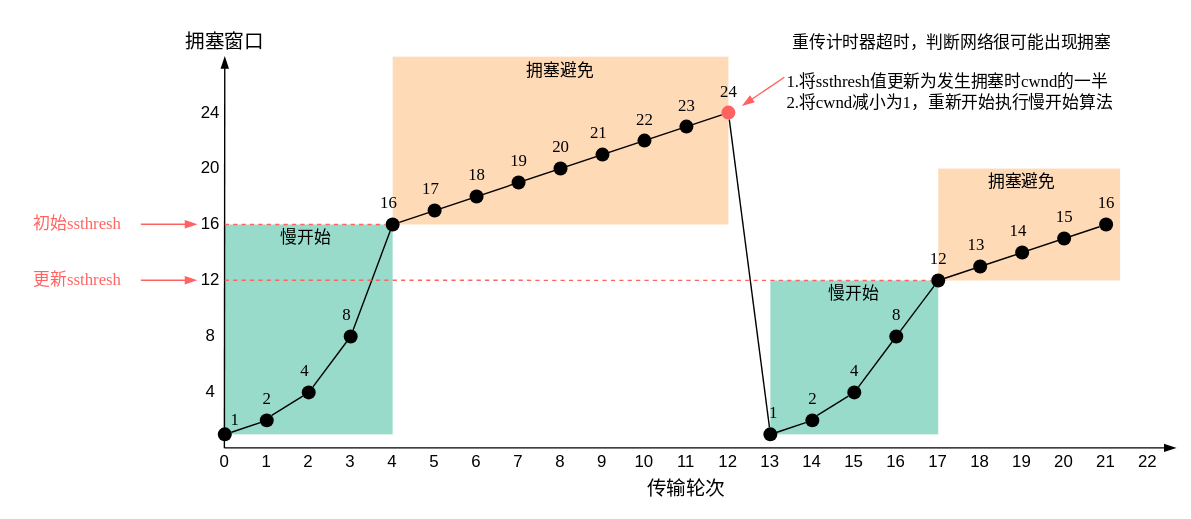
Before: img/net/congestion.svg, a diagram exported from draw.io (kavinwkp/blogimage). Source tidied: cells renumbered, new cells last; positions are measured from the earlier drawing's top-left corner, leaving out a move shared by most shapes.
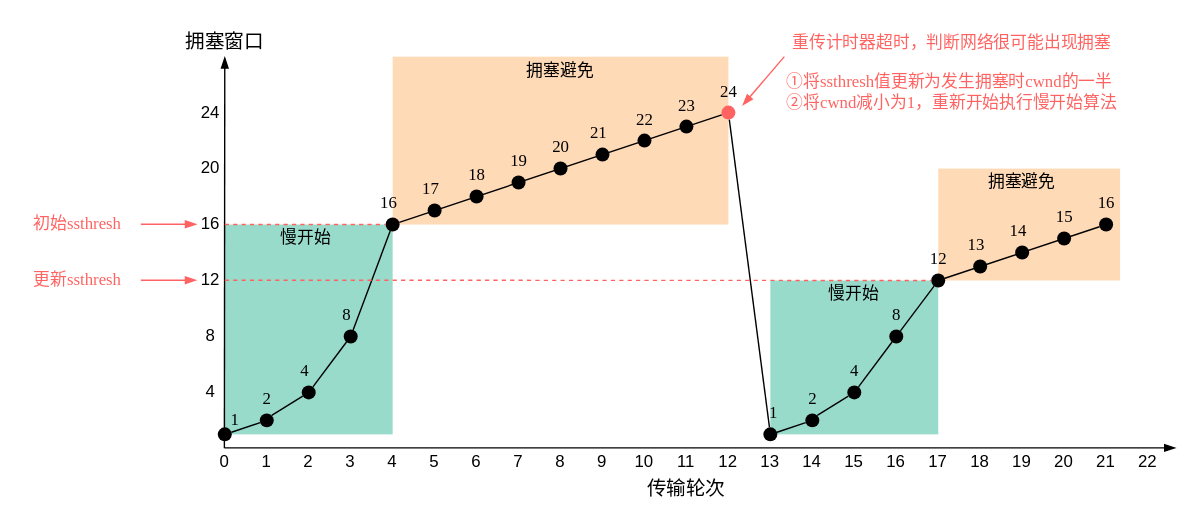
The same file after the commit.

Change to the diagram source:
```diff
@@ -2,6 +2,9 @@
   <root>
     <mxCell id="0" />
     <mxCell id="1" parent="0" />
+    <mxCell id="107" style="rounded=0;whiteSpace=wrap;html=1;opacity=50;align=left;fillColor=none;strokeColor=none;" parent="1" vertex="1">
+      <mxGeometry width="850" height="370" as="geometry" />
+    </mxCell>
     <mxCell id="2" style="rounded=0;whiteSpace=wrap;html=1;strokeColor=none;opacity=50;fillColor=#FFB570;" parent="1" vertex="1">
       <mxGeometry x="670" y="120" width="130" height="80" as="geometry" />
     </mxCell>
@@ -322,20 +325,16 @@
     <mxCell id="103" value="&lt;font face=&quot;Monaco&quot; style=&quot;font-size: 14px&quot;&gt;拥塞窗口&lt;/font&gt;" style="text;html=1;strokeColor=none;fillColor=none;align=center;verticalAlign=middle;whiteSpace=wrap;rounded=0;" parent="1" vertex="1">
       <mxGeometry x="115" y="20" width="90" height="20" as="geometry" />
     </mxCell>
-    <mxCell id="104" style="endArrow=blockThin;html=1;fillColor=#f8cecc;endFill=1;strokeColor=#FF6361;" parent="1" edge="1">
+    <mxCell id="104" style="endArrow=blockThin;html=1;fillColor=#f8cecc;endFill=1;strokeColor=#FF6361;exitX=0;exitY=0;exitDx=0;exitDy=0;" parent="1" edge="1" source="106">
       <mxGeometry relative="1" as="geometry">
-        <mxPoint x="560" y="54.7" as="sourcePoint" />
         <mxPoint x="530" y="75" as="targetPoint" />
       </mxGeometry>
     </mxCell>
-    <mxCell id="105" value="&lt;font face=&quot;Monaco&quot;&gt;重传计时器超时，判断网络很可能出现拥塞&lt;/font&gt;" style="text;html=1;strokeColor=none;fillColor=none;align=center;verticalAlign=middle;whiteSpace=wrap;rounded=0;" parent="1" vertex="1">
+    <mxCell id="105" value="&lt;font face=&quot;Monaco&quot; color=&quot;#ff6361&quot;&gt;重传计时器超时，判断网络很可能出现拥塞&lt;/font&gt;" style="text;html=1;strokeColor=none;fillColor=none;align=center;verticalAlign=middle;whiteSpace=wrap;rounded=0;" parent="1" vertex="1">
       <mxGeometry x="560" y="20" width="240" height="20" as="geometry" />
     </mxCell>
-    <mxCell id="106" value="&lt;font face=&quot;Monaco&quot;&gt;1.将ssthresh值更新为发生拥塞时cwnd的一半&lt;br&gt;2.将cwnd减小为1，重新开始执行慢开始算法&lt;/font&gt;" style="text;html=1;strokeColor=none;fillColor=none;align=left;verticalAlign=middle;whiteSpace=wrap;rounded=0;" parent="1" vertex="1">
+    <mxCell id="106" value="&lt;font face=&quot;Monaco&quot; color=&quot;#ff6361&quot;&gt;①将ssthresh值更新为发生拥塞时cwnd的一半&lt;br&gt;②将cwnd减小为1，重新开始执行慢开始算法&lt;/font&gt;" style="text;html=1;strokeColor=none;fillColor=none;align=left;verticalAlign=middle;whiteSpace=wrap;rounded=0;" parent="1" vertex="1">
       <mxGeometry x="560" y="40" width="290" height="50" as="geometry" />
     </mxCell>
-    <mxCell id="107" style="rounded=0;whiteSpace=wrap;html=1;opacity=50;align=left;fillColor=none;strokeColor=none;" parent="1" vertex="1">
-      <mxGeometry width="850" height="370" as="geometry" />
-    </mxCell>
   </root>
 </mxGraphModel>
```
